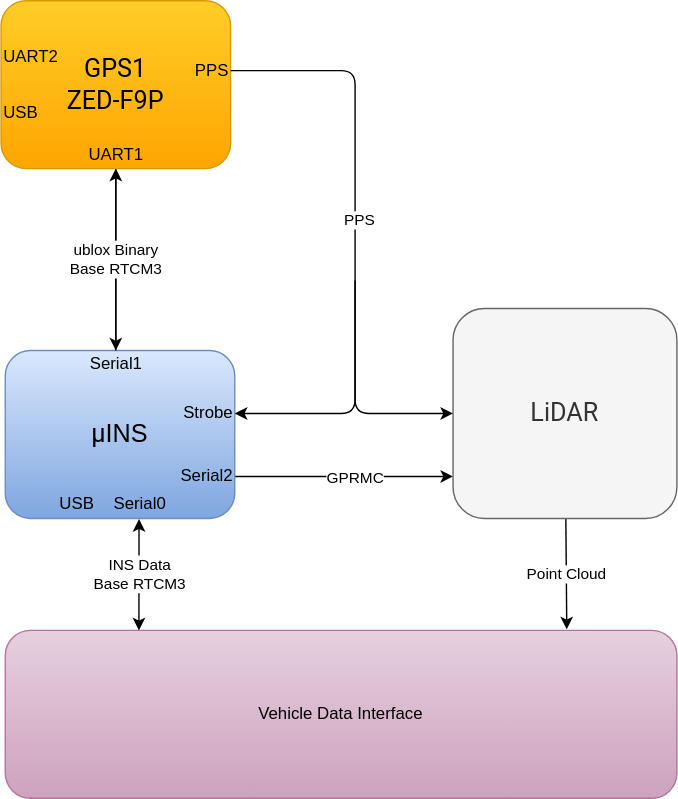
This is docs/user-manual/gnss/images/F9P_Positioning_Connection_Diagram.svg from inertialsense/docs.inertialsense.com, a draw.io export, as it was before one commit. Source tidied: cells renumbered, new cells last; positions are measured from the earlier drawing's top-left corner, leaving out a move shared by most shapes.
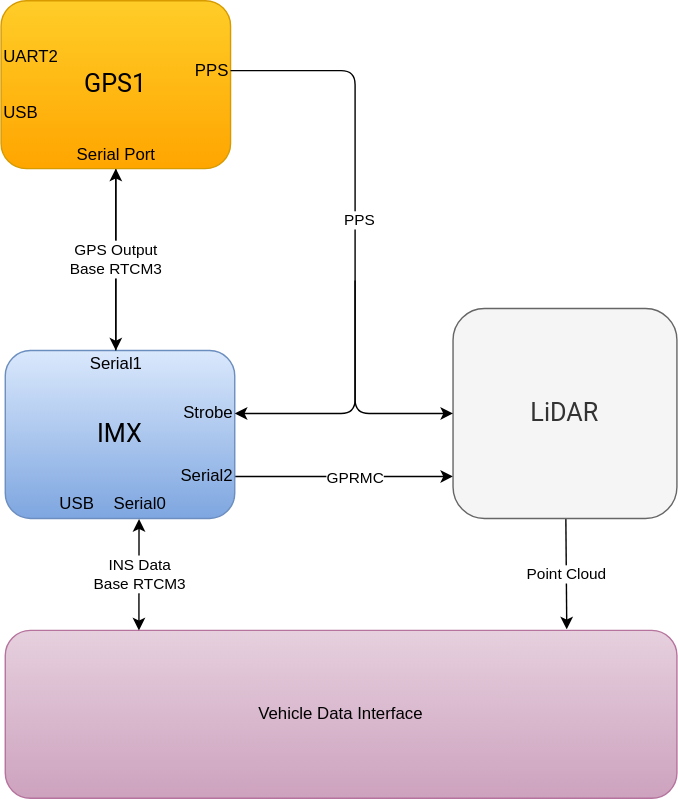
After the commit.

The edit, as a diff of the source:
```diff
@@ -8,7 +8,7 @@
     <mxCell id="3" value="GPRMC" style="edgeLabel;html=1;align=center;verticalAlign=middle;" parent="2" vertex="1">
       <mxGeometry x="0.09" relative="1" as="geometry" />
     </mxCell>
-    <mxCell id="4" value="&lt;font style=&quot;font-size: 18px&quot;&gt;&lt;span style=&quot;font-family: &amp;#34;roboto&amp;#34; , &amp;#34;arial&amp;#34; , sans-serif ; text-align: left&quot;&gt;μ&lt;/span&gt;INS&lt;/font&gt;" style="rounded=1;whiteSpace=wrap;html=1;fillColor=#dae8fc;strokeColor=#6c8ebf;gradientColor=#7ea6e0;" parent="1" vertex="1">
+    <mxCell id="4" value="&lt;div style=&quot;text-align: left;&quot;&gt;&lt;span style=&quot;background-color: initial; font-size: 18px;&quot;&gt;&lt;font face=&quot;roboto, arial, sans-serif&quot;&gt;IMX&lt;/font&gt;&lt;/span&gt;&lt;/div&gt;" style="rounded=1;whiteSpace=wrap;html=1;fillColor=#dae8fc;strokeColor=#6c8ebf;gradientColor=#7ea6e0;" parent="1" vertex="1">
       <mxGeometry x="3" y="250" width="164" height="120" as="geometry" />
     </mxCell>
     <mxCell id="5" style="edgeStyle=none;rounded=0;jettySize=auto;html=1;" parent="1" edge="1" source="6">
@@ -19,10 +19,10 @@
     <mxCell id="6" value="Serial1" style="text;html=1;align=center;verticalAlign=middle;points=[];fillColor=none;strokeColor=none;rounded=0;" parent="1" vertex="1">
       <mxGeometry x="57" y="250" width="50" height="20" as="geometry" />
     </mxCell>
-    <mxCell id="7" value="ublox Binary&lt;br&gt;Base RTCM3" style="rounded=0;jettySize=auto;html=1;entryX=0.5;entryY=0;entryDx=0;entryDy=0;entryPerimeter=0;startArrow=classic;startFill=1;" parent="1" edge="1" source="8" target="6">
+    <mxCell id="7" value="GPS Output&lt;br&gt;Base RTCM3" style="rounded=0;jettySize=auto;html=1;entryX=0.5;entryY=0;entryDx=0;entryDy=0;entryPerimeter=0;startArrow=classic;startFill=1;" parent="1" edge="1" source="8" target="6">
       <mxGeometry relative="1" as="geometry" />
     </mxCell>
-    <mxCell id="8" value="&lt;div&gt;&lt;span style=&quot;font-size: 18px&quot;&gt;&lt;font face=&quot;roboto, arial, sans-serif&quot;&gt;GPS1&lt;br&gt;ZED-F9P&lt;/font&gt;&lt;/span&gt;&lt;/div&gt;" style="rounded=1;whiteSpace=wrap;html=1;fillColor=#ffcd28;strokeColor=#d79b00;gradientColor=#ffa500;align=center;" parent="1" vertex="1">
+    <mxCell id="8" value="&lt;span style=&quot;font-size: 18px&quot;&gt;&lt;font face=&quot;roboto, arial, sans-serif&quot;&gt;GPS1&lt;br&gt;&lt;/font&gt;&lt;/span&gt;" style="rounded=1;whiteSpace=wrap;html=1;fillColor=#ffcd28;strokeColor=#d79b00;gradientColor=#ffa500;align=center;" parent="1" vertex="1">
       <mxGeometry width="164" height="120" as="geometry" />
     </mxCell>
     <mxCell id="9" value="PPS" style="text;html=1;align=right;verticalAlign=middle;points=[];fillColor=none;strokeColor=none;rounded=0;" parent="1" vertex="1">
@@ -71,8 +71,8 @@
     <mxCell id="20" value="INS Data&lt;br&gt;Base RTCM3" style="endArrow=classic;startArrow=classic;html=1;exitX=0.199;exitY=0;exitDx=0;exitDy=0;exitPerimeter=0;entryX=0.492;entryY=1.024;entryDx=0;entryDy=0;entryPerimeter=0;" parent="1" edge="1" source="19" target="17">
       <mxGeometry relative="1" as="geometry" />
     </mxCell>
-    <mxCell id="21" value="UART1" style="text;html=1;align=center;verticalAlign=middle;fillColor=none;strokeColor=none;rounded=0;" parent="1" vertex="1">
-      <mxGeometry x="57" y="100" width="50" height="20" as="geometry" />
+    <mxCell id="21" value="Serial Port" style="text;html=1;align=center;verticalAlign=middle;fillColor=none;strokeColor=none;rounded=0;" parent="1" vertex="1">
+      <mxGeometry x="42" y="95" width="80" height="30" as="geometry" />
     </mxCell>
     <mxCell id="22" value="UART2" style="text;html=1;align=left;verticalAlign=middle;fillColor=none;strokeColor=none;rounded=0;" parent="1" vertex="1">
       <mxGeometry y="30" width="50" height="20" as="geometry" />
```
